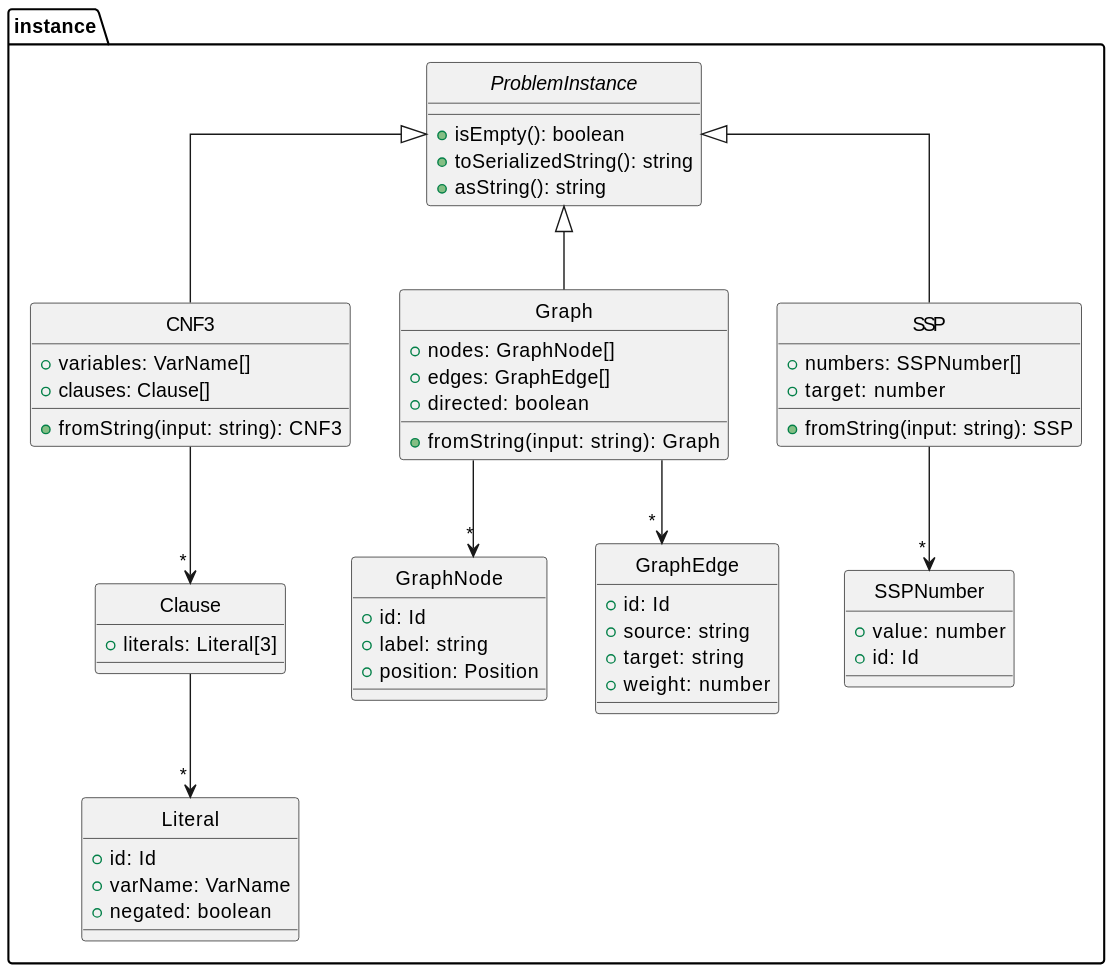
phatt-23/BP keeps this PlantUML diagram as paper/assets/plantuml/instance-class-diagram.svg. Above is the earlier version.
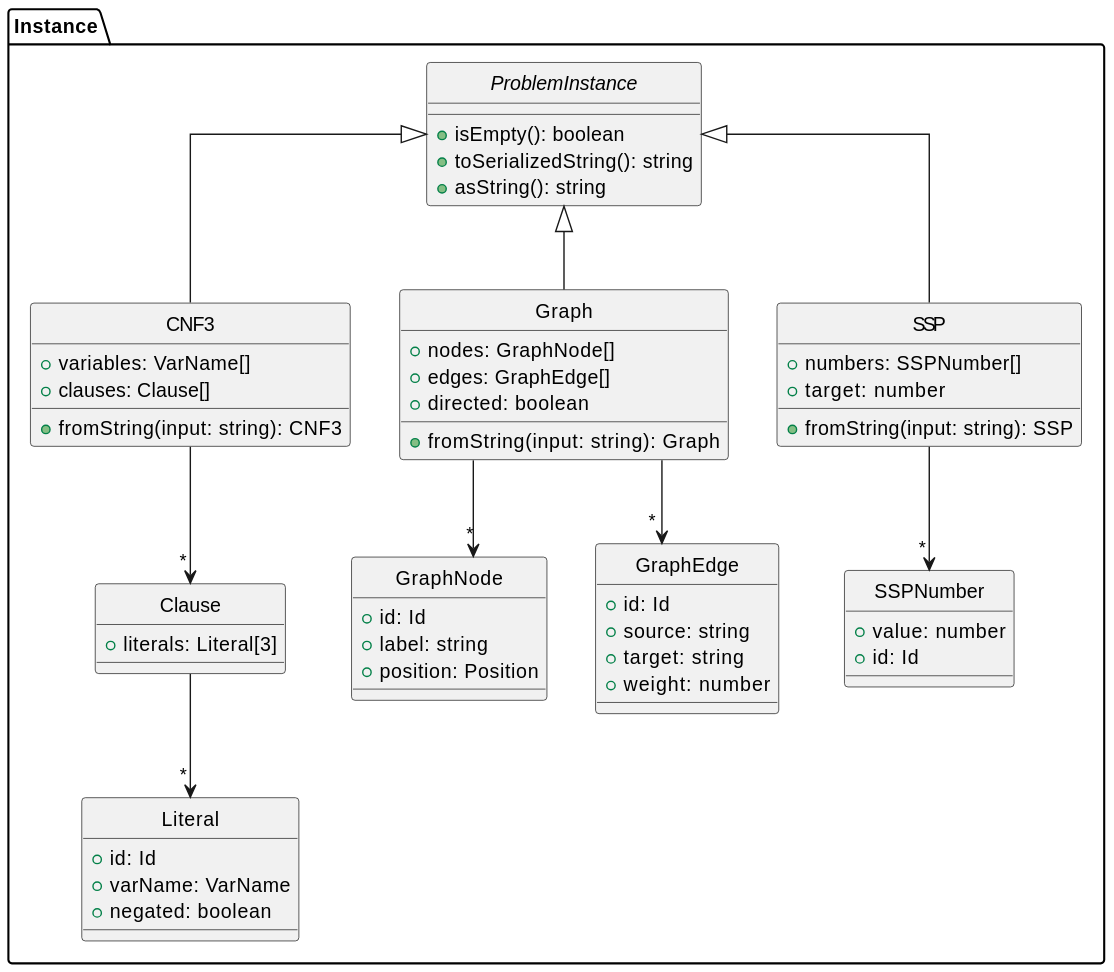
After the commit.

The edit, as a diff of the source:
```diff
@@ -2,7 +2,7 @@
 skinparam linetype ortho
 hide circle
 
-package instance {
+package Instance {
     abstract class ProblemInstance {
         +isEmpty(): boolean
         +toSerializedString(): string
```
